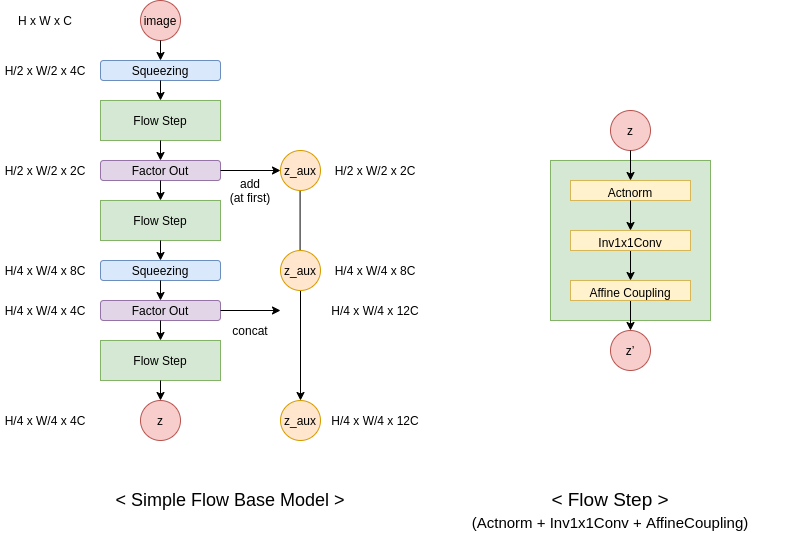
MokkeMeguru/TFGENZOO keeps this draw.io diagram as docs/simple_flow_image.png. Above is the earlier version. Source tidied: cells renumbered, new cells last; positions are measured from the earlier drawing's top-left corner, leaving out a move shared by most shapes.
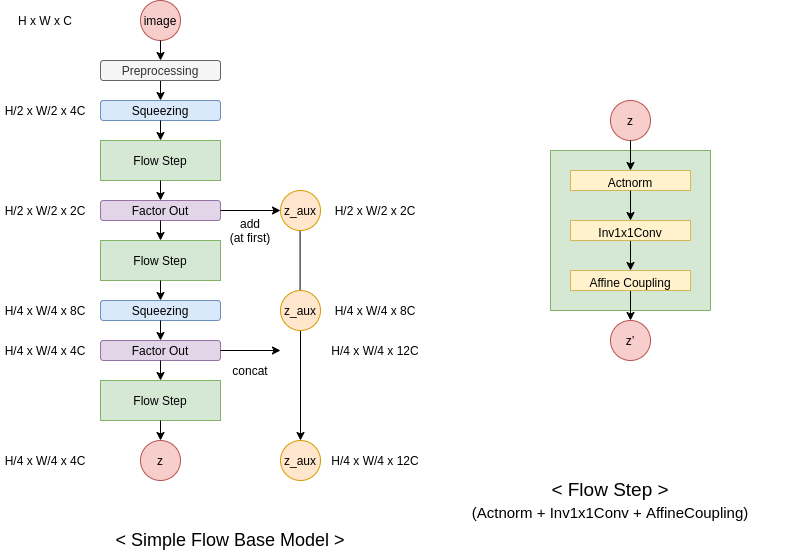
After the commit.

Change to the diagram source:
```diff
@@ -3,7 +3,7 @@
     <mxCell id="0" />
     <mxCell id="1" parent="0" />
     <mxCell id="2" style="rounded=0;whiteSpace=wrap;html=1;fontSize=19;fillColor=#d5e8d4;strokeColor=#82b366;" parent="1" vertex="1">
-      <mxGeometry x="550" y="160" width="160" height="160" as="geometry" />
+      <mxGeometry x="550" y="110" width="160" height="160" as="geometry" />
     </mxCell>
     <mxCell id="3" value="Flow Step" style="rounded=0;whiteSpace=wrap;html=1;fillColor=#d5e8d4;strokeColor=#82b366;" parent="1" vertex="1">
       <mxGeometry x="100" y="100" width="120" height="40" as="geometry" />
@@ -58,7 +58,7 @@
       <mxGeometry x="225" y="180" width="50" height="20" as="geometry" />
     </mxCell>
     <mxCell id="18" value="H x W x C" style="text;html=1;strokeColor=none;fillColor=none;align=center;verticalAlign=middle;whiteSpace=wrap;rounded=0;" parent="1" vertex="1">
-      <mxGeometry x="15" y="10" width="60" height="20" as="geometry" />
+      <mxGeometry x="15" y="-30" width="60" height="20" as="geometry" />
     </mxCell>
     <mxCell id="19" value="H/2 x W/2 x 4C" style="text;html=1;strokeColor=none;fillColor=none;align=center;verticalAlign=middle;whiteSpace=wrap;rounded=0;" parent="1" vertex="1">
       <mxGeometry y="60" width="90" height="20" as="geometry" />
@@ -91,12 +91,12 @@
       <mxGeometry x="280" y="400" width="40" height="40" as="geometry" />
     </mxCell>
     <mxCell id="29" value="image" style="ellipse;whiteSpace=wrap;html=1;fillColor=#f8cecc;strokeColor=#b85450;" parent="1" vertex="1">
-      <mxGeometry x="140" width="40" height="40" as="geometry" />
+      <mxGeometry x="140" y="-40" width="40" height="40" as="geometry" />
     </mxCell>
     <mxCell id="30" value="z" style="ellipse;whiteSpace=wrap;html=1;fillColor=#f8cecc;strokeColor=#b85450;" parent="1" vertex="1">
       <mxGeometry x="140" y="400" width="40" height="40" as="geometry" />
     </mxCell>
-    <mxCell id="31" style="endArrow=classic;html=1;exitX=0.5;exitY=1;exitDx=0;exitDy=0;entryX=0.5;entryY=0;entryDx=0;entryDy=0;" parent="1" edge="1" source="29" target="5">
+    <mxCell id="31" style="endArrow=classic;html=1;exitX=0.5;exitY=1;exitDx=0;exitDy=0;entryX=0.5;entryY=0;entryDx=0;entryDy=0;" parent="1" edge="1" source="29" target="51">
       <mxGeometry relative="1" as="geometry" />
     </mxCell>
     <mxCell id="32" style="endArrow=classic;html=1;exitX=0.5;exitY=1;exitDx=0;exitDy=0;" parent="1" edge="1" source="5" target="3">
@@ -124,28 +124,28 @@
       <mxGeometry x="110" y="490" width="240" height="20" as="geometry" />
     </mxCell>
     <mxCell id="40" value="&lt;span style=&quot;font-size: 19px&quot;&gt;&amp;lt; Flow Step &amp;gt;&lt;/span&gt;&lt;br style=&quot;font-size: 19px&quot;&gt;&lt;font style=&quot;font-size: 15px&quot;&gt;(Actnorm + Inv1x1Conv + AffineCoupling)&lt;/font&gt;" style="text;html=1;strokeColor=none;fillColor=none;align=center;verticalAlign=middle;whiteSpace=wrap;rounded=0;fontSize=19;" parent="1" vertex="1">
-      <mxGeometry x="430" y="500" width="360" height="20" as="geometry" />
+      <mxGeometry x="430" y="450" width="360" height="20" as="geometry" />
     </mxCell>
     <mxCell id="41" value="z" style="ellipse;whiteSpace=wrap;html=1;fillColor=#f8cecc;strokeColor=#b85450;" parent="1" vertex="1">
-      <mxGeometry x="610" y="110" width="40" height="40" as="geometry" />
+      <mxGeometry x="610" y="60" width="40" height="40" as="geometry" />
     </mxCell>
     <mxCell id="42" value="z’" style="ellipse;whiteSpace=wrap;html=1;fillColor=#f8cecc;strokeColor=#b85450;" parent="1" vertex="1">
-      <mxGeometry x="610" y="330" width="40" height="40" as="geometry" />
+      <mxGeometry x="610" y="280" width="40" height="40" as="geometry" />
     </mxCell>
     <mxCell id="43" value="&lt;font style=&quot;font-size: 12px&quot;&gt;Actnorm&lt;/font&gt;" style="rounded=0;whiteSpace=wrap;html=1;fontSize=19;fillColor=#fff2cc;strokeColor=#d6b656;" parent="1" vertex="1">
-      <mxGeometry x="570" y="180" width="120" height="20" as="geometry" />
+      <mxGeometry x="570" y="130" width="120" height="20" as="geometry" />
     </mxCell>
     <mxCell id="44" style="edgeStyle=orthogonalEdgeStyle;rounded=0;jettySize=auto;html=1;exitX=0.5;exitY=1;exitDx=0;exitDy=0;entryX=0.5;entryY=0;entryDx=0;entryDy=0;fontSize=19;" parent="1" edge="1" source="45" target="47">
       <mxGeometry relative="1" as="geometry" />
     </mxCell>
     <mxCell id="45" value="&lt;font style=&quot;font-size: 12px&quot;&gt;Inv1x1Conv&lt;/font&gt;" style="rounded=0;whiteSpace=wrap;html=1;fontSize=19;fillColor=#fff2cc;strokeColor=#d6b656;" parent="1" vertex="1">
-      <mxGeometry x="570" y="230" width="120" height="20" as="geometry" />
+      <mxGeometry x="570" y="180" width="120" height="20" as="geometry" />
     </mxCell>
     <mxCell id="46" style="edgeStyle=orthogonalEdgeStyle;rounded=0;jettySize=auto;html=1;exitX=0.5;exitY=1;exitDx=0;exitDy=0;entryX=0.5;entryY=0;entryDx=0;entryDy=0;fontSize=19;" parent="1" edge="1" source="47" target="42">
       <mxGeometry relative="1" as="geometry" />
     </mxCell>
     <mxCell id="47" value="&lt;font style=&quot;font-size: 12px&quot;&gt;Affine Coupling&lt;/font&gt;" style="rounded=0;whiteSpace=wrap;html=1;fontSize=19;fillColor=#fff2cc;strokeColor=#d6b656;" parent="1" vertex="1">
-      <mxGeometry x="570" y="280" width="120" height="20" as="geometry" />
+      <mxGeometry x="570" y="230" width="120" height="20" as="geometry" />
     </mxCell>
     <mxCell id="48" style="endArrow=classic;html=1;fontSize=19;exitX=0.5;exitY=1;exitDx=0;exitDy=0;entryX=0.5;entryY=0;entryDx=0;entryDy=0;" parent="1" edge="1" source="41" target="43">
       <mxGeometry relative="1" as="geometry" />
@@ -153,5 +153,11 @@
     <mxCell id="49" style="endArrow=classic;html=1;fontSize=19;exitX=0.5;exitY=1;exitDx=0;exitDy=0;entryX=0.5;entryY=0;entryDx=0;entryDy=0;" parent="1" edge="1" source="43" target="45">
       <mxGeometry relative="1" as="geometry" />
     </mxCell>
+    <mxCell id="50" style="edgeStyle=orthogonalEdgeStyle;rounded=0;jettySize=auto;html=1;exitX=0.5;exitY=1;exitDx=0;exitDy=0;entryX=0.5;entryY=0;entryDx=0;entryDy=0;" parent="1" edge="1" source="51" target="5">
+      <mxGeometry relative="1" as="geometry" />
+    </mxCell>
+    <mxCell id="51" value="Preprocessing" style="rounded=1;whiteSpace=wrap;html=1;fillColor=#f5f5f5;strokeColor=#666666;fontColor=#333333;" parent="1" vertex="1">
+      <mxGeometry x="100" y="20" width="120" height="20" as="geometry" />
+    </mxCell>
   </root>
 </mxGraphModel>
```
